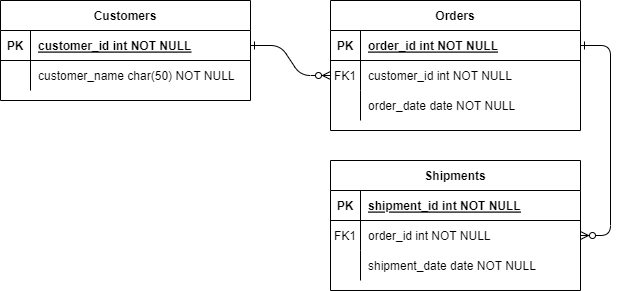
This is ER-model.drawio.png from ndphong812/intro2software-project, a draw.io export, as it was before one commit. Source tidied: cells renumbered, new cells last; positions are measured from the earlier drawing's top-left corner, leaving out a move shared by most shapes.
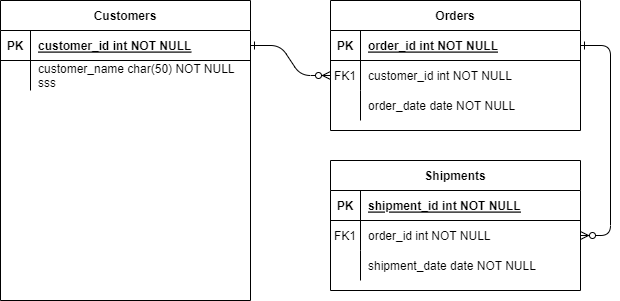
Above is the later version.

Change to the diagram source:
```diff
@@ -69,7 +69,7 @@
       <mxGeometry x="30" width="220" height="30" as="geometry" />
     </mxCell>
     <mxCell id="24" value="Customers" style="shape=table;startSize=30;rowLines=0;fontStyle=1;align=center;" parent="1" vertex="1">
-      <mxGeometry width="250" height="100" as="geometry" />
+      <mxGeometry width="250" height="300" as="geometry" />
     </mxCell>
     <mxCell id="25" style="shape=partialRectangle;fillColor=none;points=[[0,0.5],[1,0.5]];portConstraint=eastwest;top=0;left=0;right=0;bottom=1;" parent="24" vertex="1">
       <mxGeometry y="30" width="250" height="30" as="geometry" />
@@ -86,7 +86,7 @@
     <mxCell id="29" style="shape=partialRectangle;overflow=hidden;fillColor=none;top=0;left=0;bottom=0;right=0;" parent="28" vertex="1">
       <mxGeometry width="30" height="30" as="geometry" />
     </mxCell>
-    <mxCell id="30" value="customer_name char(50) NOT NULL" style="shape=partialRectangle;overflow=hidden;fillColor=none;top=0;left=0;bottom=0;right=0;align=left;spacingLeft=6;" parent="28" vertex="1">
+    <mxCell id="30" value="customer_name char(50) NOT NULL&#10;sss" style="shape=partialRectangle;overflow=hidden;fillColor=none;top=0;left=0;bottom=0;right=0;align=left;spacingLeft=6;" parent="28" vertex="1">
       <mxGeometry x="30" width="220" height="30" as="geometry" />
     </mxCell>
   </root>
```
